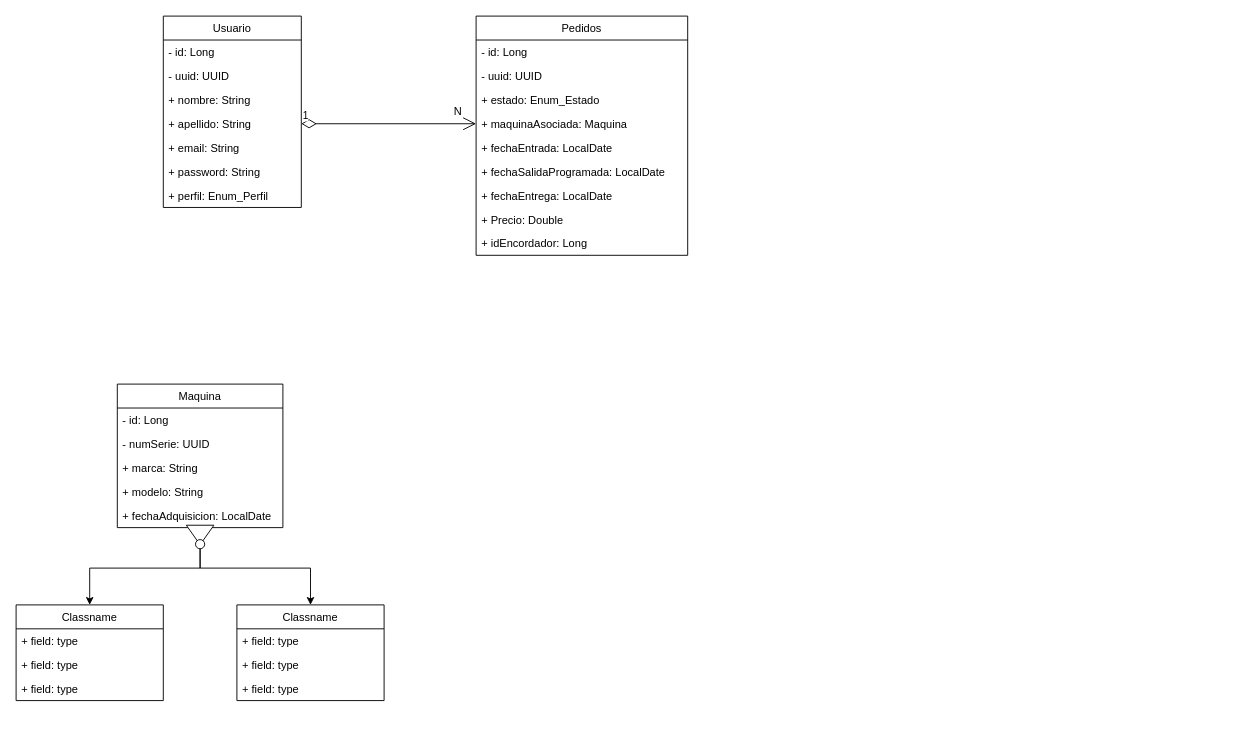
Earlier version of the draw.io diagram metadata/DiagramaClasesTenisLab.drawio (RuyMi/PracticaTenistasLab_AccesoADatos). Source tidied: cells renumbered, new cells numbered last; positions are measured from the earlier drawing's top-left corner, leaving out a move shared by most shapes. Both pictures are drawn from the tidied source at 92%, with x=0, y=0 at pixel (16, 16).
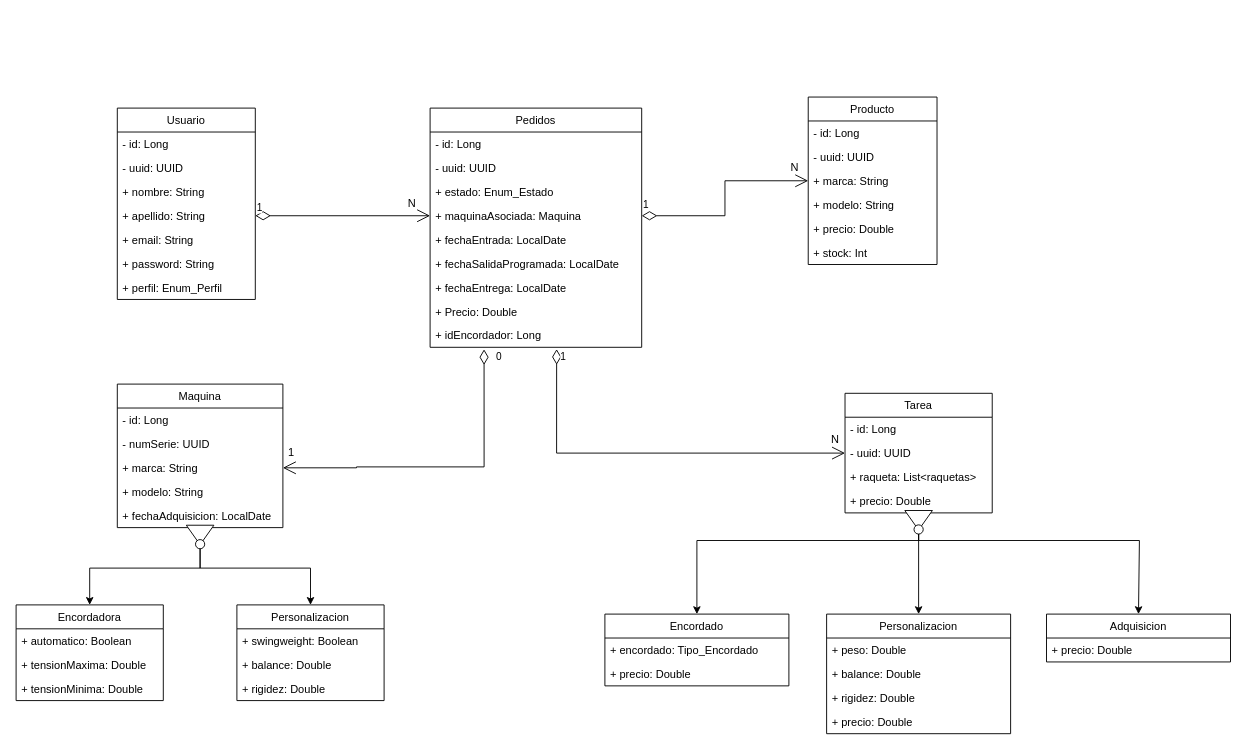
After the change.

Unchanged cells that the change refers to:
```xml
<mxCell id="14" value="+ maquinaAsociada: Maquina" style="text;strokeColor=none;fillColor=none;align=left;verticalAlign=top;spacingLeft=4;spacingRight=4;overflow=hidden;points=[[0,0.5],[1,0.5]];portConstraint=eastwest;" parent="10" vertex="1">
  <mxGeometry y="104" width="230" height="26" as="geometry" />
</mxCell>
<mxCell id="19" value="+ idEncordador: Long" style="text;strokeColor=none;fillColor=none;align=left;verticalAlign=top;spacingLeft=4;spacingRight=4;overflow=hidden;points=[[0,0.5],[1,0.5]];portConstraint=eastwest;" parent="10" vertex="1">
  <mxGeometry y="234" width="230" height="26" as="geometry" />
</mxCell>
<mxCell id="25" value="+ marca: String" style="text;strokeColor=none;fillColor=none;align=left;verticalAlign=top;spacingLeft=4;spacingRight=4;overflow=hidden;points=[[0,0.5],[1,0.5]];portConstraint=eastwest;" parent="22" vertex="1">
  <mxGeometry y="78" width="180" height="26" as="geometry" />
</mxCell>
```

Change to the diagram source:
```diff
@@
     <mxCell id="2" value="Usuario" style="swimlane;fontStyle=0;horizontal=1;startSize=26;fillColor=none;" parent="1" vertex="1">
-      <mxGeometry x="160" width="150" height="208" as="geometry" />
+      <mxGeometry x="110" y="100" width="150" height="208" as="geometry" />
     </mxCell>
@@
     <mxCell id="10" value="Pedidos" style="swimlane;fontStyle=0;horizontal=1;startSize=26;fillColor=none;" parent="1" vertex="1">
-      <mxGeometry x="500" width="230" height="260" as="geometry" />
+      <mxGeometry x="450" y="100" width="230" height="260" as="geometry" />
     </mxCell>
@@
     <mxCell id="21" value="N" style="text;html=1;align=center;verticalAlign=middle;strokeColor=none;fillColor=none;" parent="1" vertex="1">
-      <mxGeometry x="465" y="89" width="30" height="30" as="geometry" />
+      <mxGeometry x="415" y="189" width="30" height="30" as="geometry" />
     </mxCell>
@@
-    <mxCell id="32" value="Classname" style="swimlane;fontStyle=0;horizontal=1;startSize=26;fillColor=none;" parent="1" vertex="1">
+    <mxCell id="32" value="Encordadora" style="swimlane;fontStyle=0;horizontal=1;startSize=26;fillColor=none;" parent="1" vertex="1">
       <mxGeometry y="640" width="160" height="104" as="geometry" />
     </mxCell>
-    <mxCell id="33" value="+ field: type" style="text;strokeColor=none;fillColor=none;align=left;verticalAlign=top;spacingLeft=4;spacingRight=4;overflow=hidden;" parent="32" vertex="1">
+    <mxCell id="33" value="+ automatico: Boolean" style="text;strokeColor=none;fillColor=none;align=left;verticalAlign=top;spacingLeft=4;spacingRight=4;overflow=hidden;" parent="32" vertex="1">
       <mxGeometry y="26" width="160" height="26" as="geometry" />
     </mxCell>
-    <mxCell id="34" value="+ field: type" style="text;strokeColor=none;fillColor=none;align=left;verticalAlign=top;spacingLeft=4;spacingRight=4;overflow=hidden;" parent="32" vertex="1">
+    <mxCell id="34" value="+ tensionMaxima: Double" style="text;strokeColor=none;fillColor=none;align=left;verticalAlign=top;spacingLeft=4;spacingRight=4;overflow=hidden;" parent="32" vertex="1">
       <mxGeometry y="52" width="160" height="26" as="geometry" />
     </mxCell>
-    <mxCell id="35" value="+ field: type" style="text;strokeColor=none;fillColor=none;align=left;verticalAlign=top;spacingLeft=4;spacingRight=4;overflow=hidden;" parent="32" vertex="1">
+    <mxCell id="35" value="+ tensionMinima: Double" style="text;strokeColor=none;fillColor=none;align=left;verticalAlign=top;spacingLeft=4;spacingRight=4;overflow=hidden;" parent="32" vertex="1">
       <mxGeometry y="78" width="160" height="26" as="geometry" />
     </mxCell>
-    <mxCell id="36" value="Classname" style="swimlane;fontStyle=0;horizontal=1;startSize=26;fillColor=none;" parent="1" vertex="1">
+    <mxCell id="36" value="Personalizacion" style="swimlane;fontStyle=0;horizontal=1;startSize=26;fillColor=none;" parent="1" vertex="1">
       <mxGeometry x="240" y="640" width="160" height="104" as="geometry" />
     </mxCell>
-    <mxCell id="37" value="+ field: type" style="text;strokeColor=none;fillColor=none;align=left;verticalAlign=top;spacingLeft=4;spacingRight=4;overflow=hidden;" parent="36" vertex="1">
+    <mxCell id="37" value="+ swingweight: Boolean" style="text;strokeColor=none;fillColor=none;align=left;verticalAlign=top;spacingLeft=4;spacingRight=4;overflow=hidden;" parent="36" vertex="1">
       <mxGeometry y="26" width="160" height="26" as="geometry" />
     </mxCell>
-    <mxCell id="38" value="+ field: type" style="text;strokeColor=none;fillColor=none;align=left;verticalAlign=top;spacingLeft=4;spacingRight=4;overflow=hidden;" parent="36" vertex="1">
+    <mxCell id="38" value="+ balance: Double" style="text;strokeColor=none;fillColor=none;align=left;verticalAlign=top;spacingLeft=4;spacingRight=4;overflow=hidden;" parent="36" vertex="1">
       <mxGeometry y="52" width="160" height="26" as="geometry" />
     </mxCell>
-    <mxCell id="39" value="+ field: type" style="text;strokeColor=none;fillColor=none;align=left;verticalAlign=top;spacingLeft=4;spacingRight=4;overflow=hidden;" parent="36" vertex="1">
+    <mxCell id="39" value="+ rigidez: Double" style="text;strokeColor=none;fillColor=none;align=left;verticalAlign=top;spacingLeft=4;spacingRight=4;overflow=hidden;" parent="36" vertex="1">
       <mxGeometry y="78" width="160" height="26" as="geometry" />
     </mxCell>
+    <mxCell id="40" value="Producto" style="swimlane;fontStyle=0;horizontal=1;startSize=26;fillColor=none;" parent="1" vertex="1">
+      <mxGeometry x="861" y="88" width="140" height="182" as="geometry" />
+    </mxCell>
+    <mxCell id="41" value="- id: Long&#10;" style="text;strokeColor=none;fillColor=none;align=left;verticalAlign=top;spacingLeft=4;spacingRight=4;overflow=hidden;" parent="40" vertex="1">
+      <mxGeometry y="26" width="140" height="26" as="geometry" />
+    </mxCell>
+    <mxCell id="42" value="- uuid: UUID" style="text;strokeColor=none;fillColor=none;align=left;verticalAlign=top;spacingLeft=4;spacingRight=4;overflow=hidden;" parent="40" vertex="1">
+      <mxGeometry y="52" width="140" height="26" as="geometry" />
+    </mxCell>
+    <mxCell id="43" value="+ marca: String" style="text;strokeColor=none;fillColor=none;align=left;verticalAlign=top;spacingLeft=4;spacingRight=4;overflow=hidden;points=[[0,0.5],[1,0.5]];portConstraint=eastwest;" parent="40" vertex="1">
+      <mxGeometry y="78" width="140" height="26" as="geometry" />
+    </mxCell>
+    <mxCell id="44" value="+ modelo: String" style="text;strokeColor=none;fillColor=none;align=left;verticalAlign=top;spacingLeft=4;spacingRight=4;overflow=hidden;" parent="40" vertex="1">
+      <mxGeometry y="104" width="140" height="26" as="geometry" />
+    </mxCell>
+    <mxCell id="45" value="+ precio: Double" style="text;strokeColor=none;fillColor=none;align=left;verticalAlign=top;spacingLeft=4;spacingRight=4;overflow=hidden;" parent="40" vertex="1">
+      <mxGeometry y="130" width="140" height="26" as="geometry" />
+    </mxCell>
+    <mxCell id="46" value="+ stock: Int" style="text;strokeColor=none;fillColor=none;align=left;verticalAlign=top;spacingLeft=4;spacingRight=4;overflow=hidden;" parent="40" vertex="1">
+      <mxGeometry y="156" width="140" height="26" as="geometry" />
+    </mxCell>
+    <mxCell id="47" value="Tarea" style="swimlane;fontStyle=0;horizontal=1;startSize=26;fillColor=none;" parent="1" vertex="1">
+      <mxGeometry x="901" y="410" width="160" height="130" as="geometry" />
+    </mxCell>
+    <mxCell id="48" value="- id: Long" style="text;strokeColor=none;fillColor=none;align=left;verticalAlign=top;spacingLeft=4;spacingRight=4;overflow=hidden;" parent="47" vertex="1">
+      <mxGeometry y="26" width="160" height="26" as="geometry" />
+    </mxCell>
+    <mxCell id="49" value="- uuid: UUID" style="text;strokeColor=none;fillColor=none;align=left;verticalAlign=top;spacingLeft=4;spacingRight=4;overflow=hidden;points=[[0,0.5],[1,0.5]];portConstraint=eastwest;" parent="47" vertex="1">
+      <mxGeometry y="52" width="160" height="26" as="geometry" />
+    </mxCell>
+    <mxCell id="50" value="+ raqueta: List&lt;raquetas&gt;" style="text;strokeColor=none;fillColor=none;align=left;verticalAlign=top;spacingLeft=4;spacingRight=4;overflow=hidden;" parent="47" vertex="1">
+      <mxGeometry y="78" width="160" height="26" as="geometry" />
+    </mxCell>
+    <mxCell id="51" value="+ precio: Double" style="text;strokeColor=none;fillColor=none;align=left;verticalAlign=top;spacingLeft=4;spacingRight=4;overflow=hidden;" parent="47" vertex="1">
+      <mxGeometry y="104" width="160" height="26" as="geometry" />
+    </mxCell>
+    <mxCell id="52" style="triangle;whiteSpace=wrap;html=1;rotation=90;" parent="1" vertex="1">
+      <mxGeometry x="970.4" y="533" width="21.2" height="30" as="geometry" />
+    </mxCell>
+    <mxCell id="53" style="ellipse;whiteSpace=wrap;html=1;" parent="1" vertex="1">
+      <mxGeometry x="976" y="553" width="10" height="10" as="geometry" />
+    </mxCell>
+    <mxCell id="54" style="endArrow=classic;html=1;rounded=0;exitX=0.5;exitY=1;exitDx=0;exitDy=0;entryX=0.5;entryY=0;entryDx=0;entryDy=0;" parent="1" edge="1" source="53" target="60">
+      <mxGeometry relative="1" as="geometry" />
+    </mxCell>
+    <mxCell id="55" style="endArrow=classic;html=1;rounded=0;exitX=0.5;exitY=1;exitDx=0;exitDy=0;entryX=0.5;entryY=0;entryDx=0;entryDy=0;" parent="1" edge="1" source="53" target="65">
+      <mxGeometry relative="1" as="geometry">
+        <Array as="points">
+          <mxPoint x="981" y="570" />
+          <mxPoint x="1221" y="570" />
+        </Array>
+      </mxGeometry>
+    </mxCell>
+    <mxCell id="56" style="endArrow=classic;html=1;rounded=0;exitX=0.5;exitY=1;exitDx=0;exitDy=0;entryX=0.5;entryY=0;entryDx=0;entryDy=0;" parent="1" edge="1" source="53" target="57">
+      <mxGeometry relative="1" as="geometry">
+        <Array as="points">
+          <mxPoint x="981" y="570" />
+          <mxPoint x="740" y="570" />
+        </Array>
+      </mxGeometry>
+    </mxCell>
+    <mxCell id="57" value="Encordado" style="swimlane;fontStyle=0;horizontal=1;startSize=26;fillColor=none;" parent="1" vertex="1">
+      <mxGeometry x="640" y="650" width="200" height="78" as="geometry" />
+    </mxCell>
+    <mxCell id="58" value="+ encordado: Tipo_Encordado" style="text;strokeColor=none;fillColor=none;align=left;verticalAlign=top;spacingLeft=4;spacingRight=4;overflow=hidden;" parent="57" vertex="1">
+      <mxGeometry y="26" width="200" height="26" as="geometry" />
+    </mxCell>
+    <mxCell id="59" value="+ precio: Double" style="text;strokeColor=none;fillColor=none;align=left;verticalAlign=top;spacingLeft=4;spacingRight=4;overflow=hidden;" parent="57" vertex="1">
+      <mxGeometry y="52" width="200" height="26" as="geometry" />
+    </mxCell>
+    <mxCell id="60" value="Personalizacion" style="swimlane;fontStyle=0;horizontal=1;startSize=26;fillColor=none;" parent="1" vertex="1">
+      <mxGeometry x="881" y="650" width="200" height="130" as="geometry" />
+    </mxCell>
+    <mxCell id="61" value="+ peso: Double" style="text;strokeColor=none;fillColor=none;align=left;verticalAlign=top;spacingLeft=4;spacingRight=4;overflow=hidden;" parent="60" vertex="1">
+      <mxGeometry y="26" width="200" height="26" as="geometry" />
+    </mxCell>
+    <mxCell id="62" value="+ balance: Double" style="text;strokeColor=none;fillColor=none;align=left;verticalAlign=top;spacingLeft=4;spacingRight=4;overflow=hidden;" parent="60" vertex="1">
+      <mxGeometry y="52" width="200" height="26" as="geometry" />
+    </mxCell>
+    <mxCell id="63" value="+ rigidez: Double" style="text;strokeColor=none;fillColor=none;align=left;verticalAlign=top;spacingLeft=4;spacingRight=4;overflow=hidden;" parent="60" vertex="1">
+      <mxGeometry y="78" width="200" height="26" as="geometry" />
+    </mxCell>
+    <mxCell id="64" value="+ precio: Double" style="text;strokeColor=none;fillColor=none;align=left;verticalAlign=top;spacingLeft=4;spacingRight=4;overflow=hidden;" parent="60" vertex="1">
+      <mxGeometry y="104" width="200" height="26" as="geometry" />
+    </mxCell>
+    <mxCell id="65" value="Adquisicion" style="swimlane;fontStyle=0;horizontal=1;startSize=26;fillColor=none;" parent="1" vertex="1">
+      <mxGeometry x="1120" y="650" width="200" height="52" as="geometry" />
+    </mxCell>
+    <mxCell id="66" value="+ precio: Double" style="text;strokeColor=none;fillColor=none;align=left;verticalAlign=top;spacingLeft=4;spacingRight=4;overflow=hidden;" parent="65" vertex="1">
+      <mxGeometry y="26" width="200" height="26" as="geometry" />
+    </mxCell>
+    <mxCell id="67" value="1" style="endArrow=open;html=1;endSize=12;startArrow=diamondThin;startSize=14;startFill=0;edgeStyle=orthogonalEdgeStyle;align=left;verticalAlign=bottom;rounded=0;exitX=1;exitY=0.5;exitDx=0;exitDy=0;entryX=0;entryY=0.5;entryDx=0;entryDy=0;" parent="1" edge="1" source="14" target="43">
+      <mxGeometry x="-1" y="3" relative="1" as="geometry" />
+    </mxCell>
+    <mxCell id="68" value="N&lt;br&gt;" style="text;html=1;align=center;verticalAlign=middle;strokeColor=none;fillColor=none;" parent="1" vertex="1">
+      <mxGeometry x="831" y="150" width="30" height="30" as="geometry" />
+    </mxCell>
+    <mxCell id="69" value="0" style="endArrow=open;html=1;endSize=12;startArrow=diamondThin;startSize=14;startFill=0;edgeStyle=orthogonalEdgeStyle;align=left;verticalAlign=bottom;rounded=0;exitX=0.255;exitY=1.086;exitDx=0;exitDy=0;exitPerimeter=0;entryX=1;entryY=0.5;entryDx=0;entryDy=0;" parent="1" edge="1" source="19" target="25">
+      <mxGeometry x="-0.9" y="11" relative="1" as="geometry">
+        <Array as="points">
+          <mxPoint x="509" y="490" />
+          <mxPoint x="370" y="490" />
+        </Array>
+      </mxGeometry>
+    </mxCell>
+    <mxCell id="70" value="1" style="text;html=1;align=center;verticalAlign=middle;strokeColor=none;fillColor=none;" parent="1" vertex="1">
+      <mxGeometry x="284" y="460" width="30" height="30" as="geometry" />
+    </mxCell>
+    <mxCell id="71" value="1" style="endArrow=open;html=1;endSize=12;startArrow=diamondThin;startSize=14;startFill=0;edgeStyle=orthogonalEdgeStyle;align=left;verticalAlign=bottom;rounded=0;exitX=0.598;exitY=1.077;exitDx=0;exitDy=0;exitPerimeter=0;entryX=0;entryY=0.5;entryDx=0;entryDy=0;" parent="1" edge="1" source="19" target="49">
+      <mxGeometry x="-0.92" y="2" relative="1" as="geometry">
+        <Array as="points">
+          <mxPoint x="588" y="475" />
+        </Array>
+      </mxGeometry>
+    </mxCell>
+    <mxCell id="72" value="N" style="text;html=1;align=center;verticalAlign=middle;strokeColor=none;fillColor=none;" parent="1" vertex="1">
+      <mxGeometry x="875" y="445" width="30" height="30" as="geometry" />
+    </mxCell>
```
